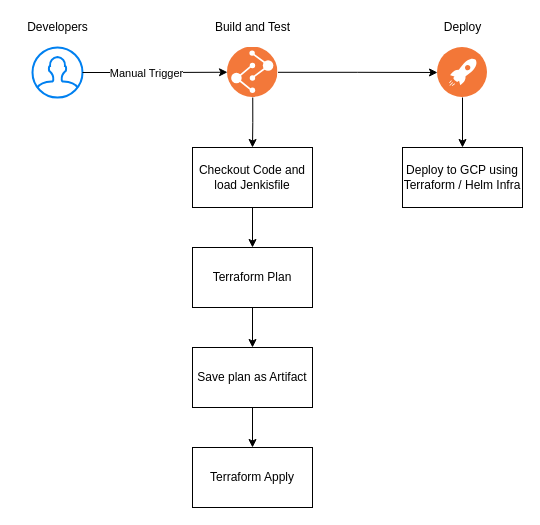
The draw.io diagram page "App Deployment Pipeline" (3 of 4) of Docs/gRPC-Demo-Architecture.drawio in JohnNooney/grpc-demo, before the edit. Source tidied: cells renumbered, new cells numbered last; positions are measured from the earlier drawing's top-left corner, leaving out a move shared by most shapes. Both pictures are drawn from the tidied source at 100%, with x=0, y=0 at pixel (17, 17).
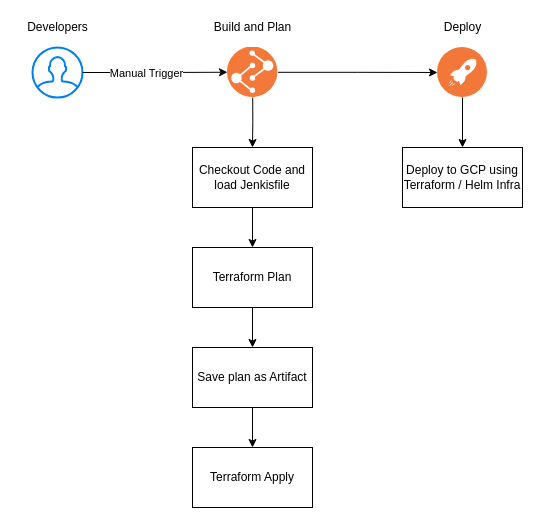
The same page after the edit.

The change refers to these unchanged cells:
```xml
<mxCell id="5" style="group;" parent="1" vertex="1">
  <mxGeometry x="190" width="90" height="80" as="geometry" />
</mxCell>
```

Change to the diagram source:
```diff
@@
-    <mxCell id="7" value="Build and Test" style="text;html=1;align=center;verticalAlign=middle;strokeColor=none;fillColor=none;" parent="5" vertex="1">
+    <mxCell id="7" value="Build and Plan" style="text;html=1;align=center;verticalAlign=middle;strokeColor=none;fillColor=none;" parent="5" vertex="1">
       <mxGeometry width="90" height="20" as="geometry" />
     </mxCell>
```
